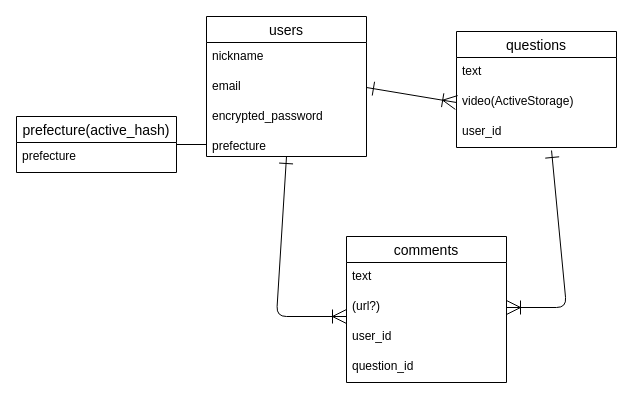
Above: ER.dio in shimpei1494/snow-techup (draw.io), before the change. Source tidied: cells renumbered, new cells numbered last; positions are measured from the earlier drawing's top-left corner, leaving out a move shared by most shapes. Both pictures are drawn from the tidied source at 100%, with x=0, y=0 at pixel (16, 16).
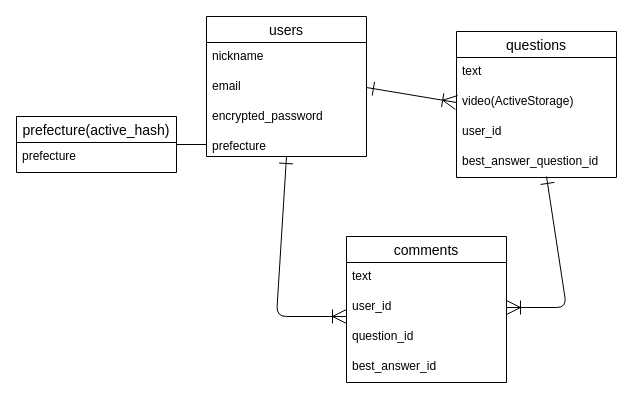
After the change.

The change refers to these unchanged cells:
```xml
<mxCell id="2" value="users" style="swimlane;fontStyle=0;horizontal=1;startSize=26;align=center;fontSize=14;" parent="1" vertex="1">
  <mxGeometry x="190" width="160" height="140" as="geometry" />
</mxCell>
<mxCell id="12" value="user_id" style="text;strokeColor=none;fillColor=none;spacingLeft=4;spacingRight=4;overflow=hidden;points=[[0,0.5],[1,0.5]];portConstraint=eastwest;fontSize=12;" parent="9" vertex="1">
  <mxGeometry y="86" width="160" height="30" as="geometry" />
</mxCell>
<mxCell id="13" value="comments" style="swimlane;fontStyle=0;horizontal=1;startSize=26;align=center;fontSize=14;" parent="1" vertex="1">
  <mxGeometry x="330" y="220" width="160" height="146" as="geometry" />
</mxCell>
```

Diff of the diagram source:
```diff
@@
     <mxCell id="9" value="questions" style="swimlane;fontStyle=0;horizontal=1;startSize=26;align=center;fontSize=14;" parent="1" vertex="1">
-      <mxGeometry x="440" y="15" width="160" height="116" as="geometry" />
+      <mxGeometry x="440" y="15" width="160" height="146" as="geometry" />
     </mxCell>
@@
+    <mxCell id="22" value="best_answer_question_id" style="text;strokeColor=none;fillColor=none;spacingLeft=4;spacingRight=4;overflow=hidden;fontSize=12;" parent="9" vertex="1">
+      <mxGeometry y="116" width="160" height="30" as="geometry" />
+    </mxCell>
@@
-    <mxCell id="15" value="(url?)" style="text;strokeColor=none;fillColor=none;spacingLeft=4;spacingRight=4;overflow=hidden;points=[[0,0.5],[1,0.5]];portConstraint=eastwest;fontSize=12;" parent="13" vertex="1">
-      <mxGeometry y="56" width="160" height="30" as="geometry" />
-    </mxCell>
     <mxCell id="16" value="user_id" style="text;strokeColor=none;fillColor=none;spacingLeft=4;spacingRight=4;overflow=hidden;fontSize=12;" parent="13" vertex="1">
-      <mxGeometry y="86" width="160" height="30" as="geometry" />
+      <mxGeometry y="56" width="160" height="30" as="geometry" />
     </mxCell>
     <mxCell id="17" value="question_id" style="text;strokeColor=none;fillColor=none;spacingLeft=4;spacingRight=4;overflow=hidden;fontSize=12;" parent="13" vertex="1">
-      <mxGeometry y="116" width="160" height="30" as="geometry" />
+      <mxGeometry y="86" width="160" height="30" as="geometry" />
     </mxCell>
+    <mxCell id="23" value="best_answer_id" style="text;strokeColor=none;fillColor=none;spacingLeft=4;spacingRight=4;overflow=hidden;fontSize=12;" parent="13" vertex="1">
+      <mxGeometry y="116" width="160" height="30" as="geometry" />
+    </mxCell>
-    <mxCell id="18" style="edgeStyle=none;html=1;entryX=0.5;entryY=1;entryDx=0;entryDy=0;exitX=0;exitY=0.8;exitDx=0;exitDy=0;exitPerimeter=0;endArrow=ERone;endFill=0;startArrow=ERoneToMany;startFill=0;targetPerimeterSpacing=0;sourcePerimeterSpacing=0;endSize=12;startSize=12;" parent="1" edge="1" source="15" target="2">
+    <mxCell id="18" style="edgeStyle=none;html=1;entryX=0.5;entryY=1;entryDx=0;entryDy=0;exitX=0;exitY=0.8;exitDx=0;exitDy=0;exitPerimeter=0;endArrow=ERone;endFill=0;startArrow=ERoneToMany;startFill=0;targetPerimeterSpacing=0;sourcePerimeterSpacing=0;endSize=12;startSize=12;" parent="1" edge="1" target="2">
       <mxGeometry relative="1" as="geometry">
+        <mxPoint x="330" y="300" as="sourcePoint" />
         <Array as="points">
           <mxPoint x="260" y="300" />
         </Array>
       </mxGeometry>
     </mxCell>
-    <mxCell id="19" style="edgeStyle=none;html=1;exitX=1;exitY=0.5;exitDx=0;exitDy=0;entryX=0.594;entryY=1.1;entryDx=0;entryDy=0;entryPerimeter=0;startArrow=ERoneToMany;startFill=0;endArrow=ERone;endFill=0;startSize=12;endSize=12;sourcePerimeterSpacing=0;targetPerimeterSpacing=0;" parent="1" edge="1" source="15" target="12">
+    <mxCell id="19" style="edgeStyle=none;html=1;exitX=1;exitY=0.5;exitDx=0;exitDy=0;startArrow=ERoneToMany;startFill=0;endArrow=ERone;endFill=0;startSize=12;endSize=12;sourcePerimeterSpacing=0;targetPerimeterSpacing=0;" parent="1" edge="1">
       <mxGeometry relative="1" as="geometry">
+        <mxPoint x="490" y="291" as="sourcePoint" />
+        <mxPoint x="530" y="160" as="targetPoint" />
         <Array as="points">
           <mxPoint x="550" y="291" />
         </Array>
       </mxGeometry>
     </mxCell>
```
